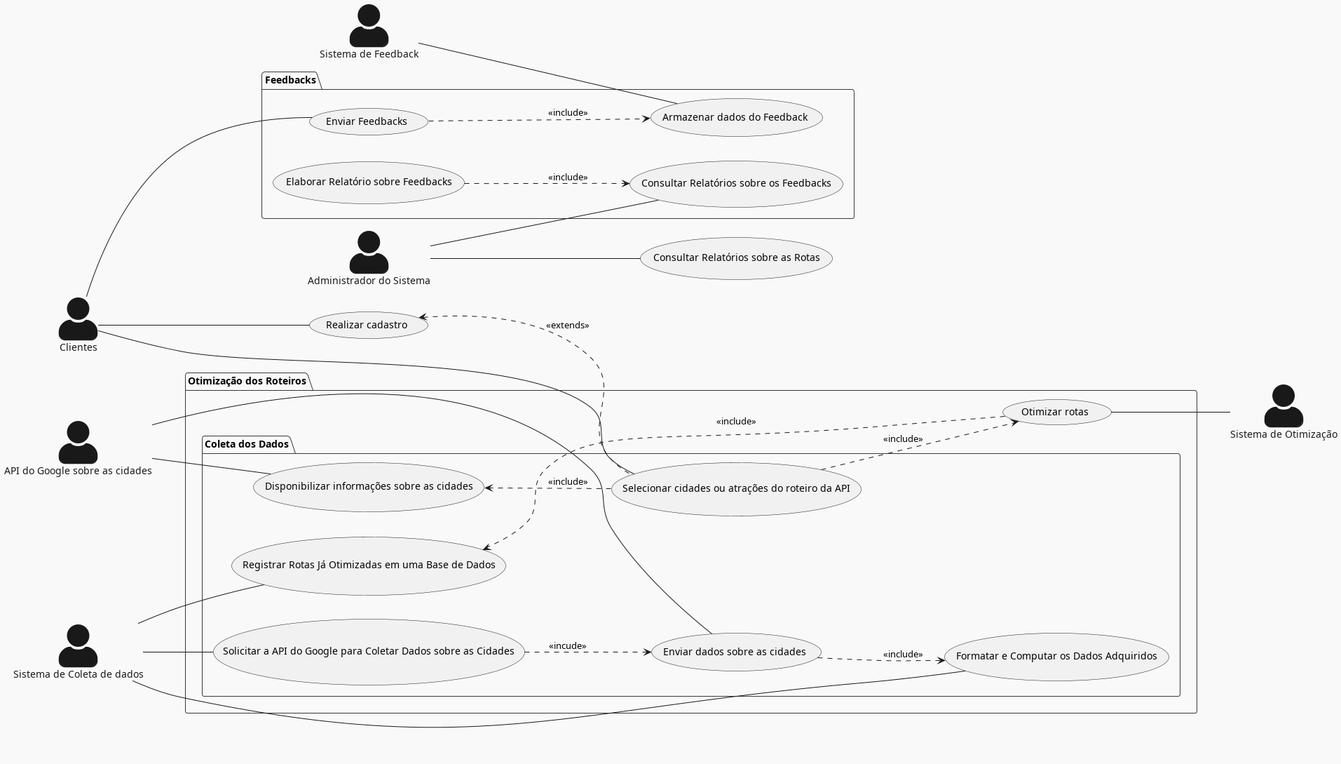
Before: Relatório/Semana-1/Diagramas/DCU.png, a diagram exported from PlantUML (pedrodilallo/site_turismo_SIG).
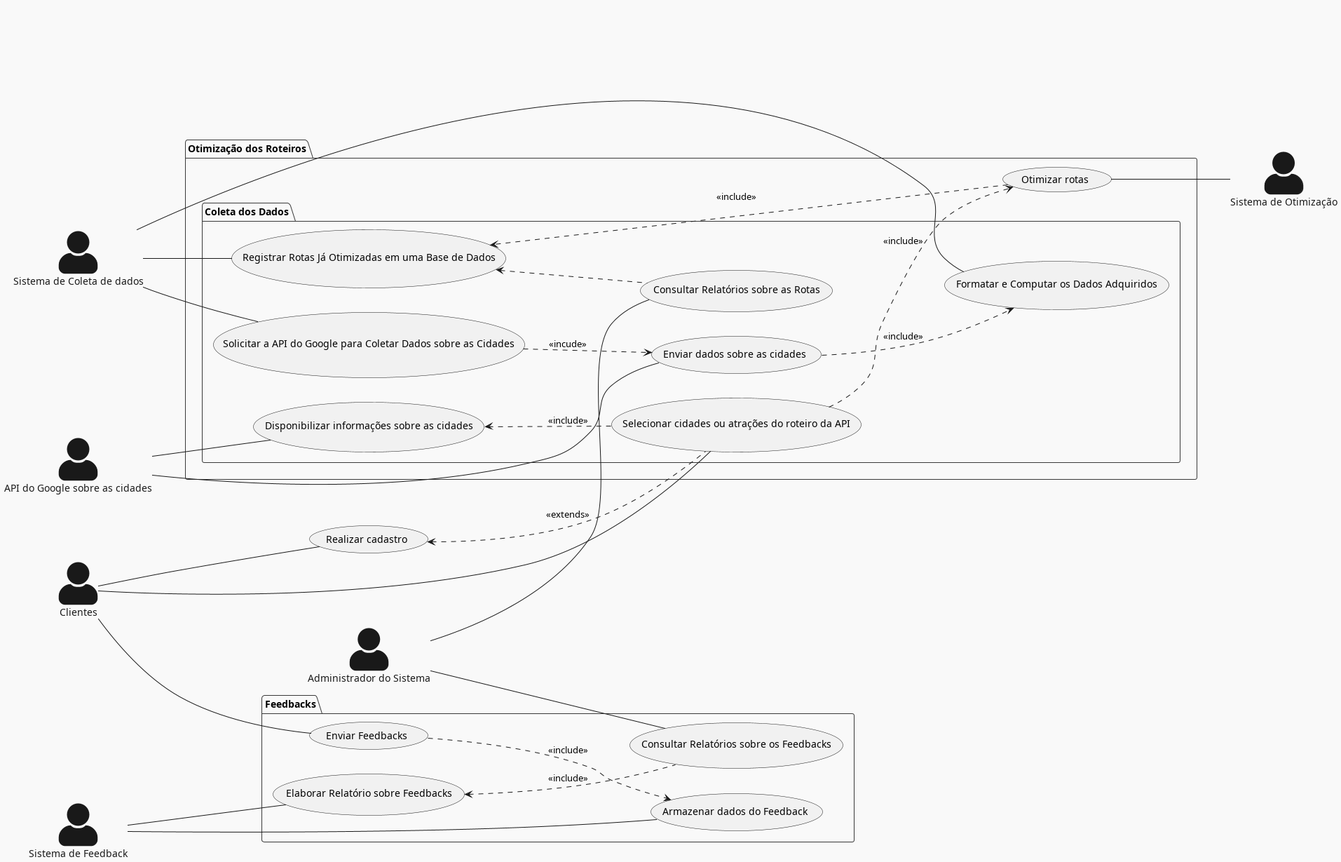
Above is the later version.

Commit message:
Mais correções DCU

Change to the diagram source:
```diff
@@ -31,7 +31,7 @@
         API -- (Disponibilizar informações sobre as cidades)
         (Disponibilizar informações sobre as cidades) <.. (Selecionar cidades ou atrações do roteiro da API) : <<include>>
         (Otimizar rotas) ..> (Registrar Rotas Já Otimizadas em uma Base de Dados) : <<include>>
-
+        (Registrar Rotas Já Otimizadas em uma Base de Dados) <.. (Consultar Relatórios sobre as Rotas)
 
     }
 
@@ -53,10 +53,11 @@
 package "Feedbacks"{
 
 (Enviar Feedbacks) ..> (Armazenar dados do Feedback) : <<include>>
-(Elaborar Relatório sobre Feedbacks) ..> (Consultar Relatórios sobre os Feedbacks) : <<include>>
+(Elaborar Relatório sobre Feedbacks) <.. (Consultar Relatórios sobre os Feedbacks) : <<include>>
 cliente -- (Enviar Feedbacks)
 feedback -- (Armazenar dados do Feedback)
 sys_admin -- (Consultar Relatórios sobre os Feedbacks)
+feedback -- (Elaborar Relatório sobre Feedbacks)
 
 
 
```
